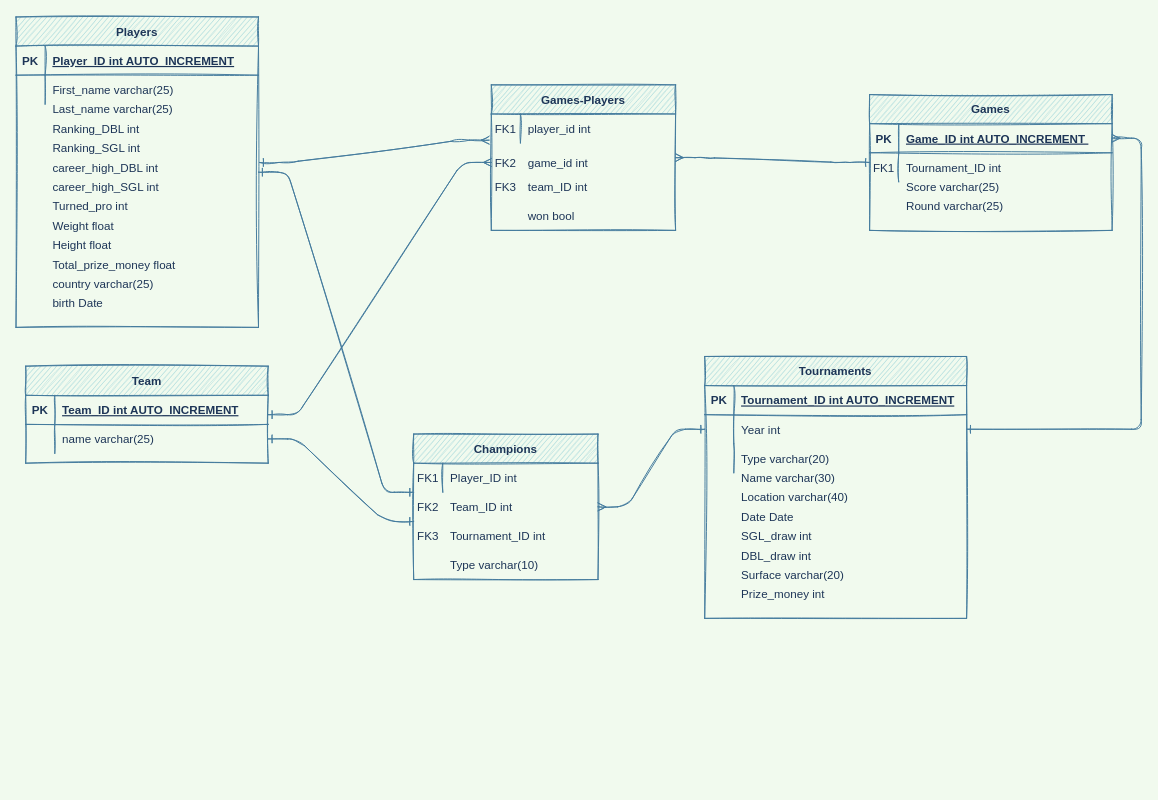
talbaram3192/web_scraping_project keeps this draw.io diagram as erd.drawio. Above is the earlier version. Source tidied: cells renumbered, new cells numbered last; positions are measured from the earlier drawing's top-left corner, leaving out a move shared by most shapes. Both pictures are drawn from the tidied source at 97%, with x=0, y=0 at pixel (16, 16).
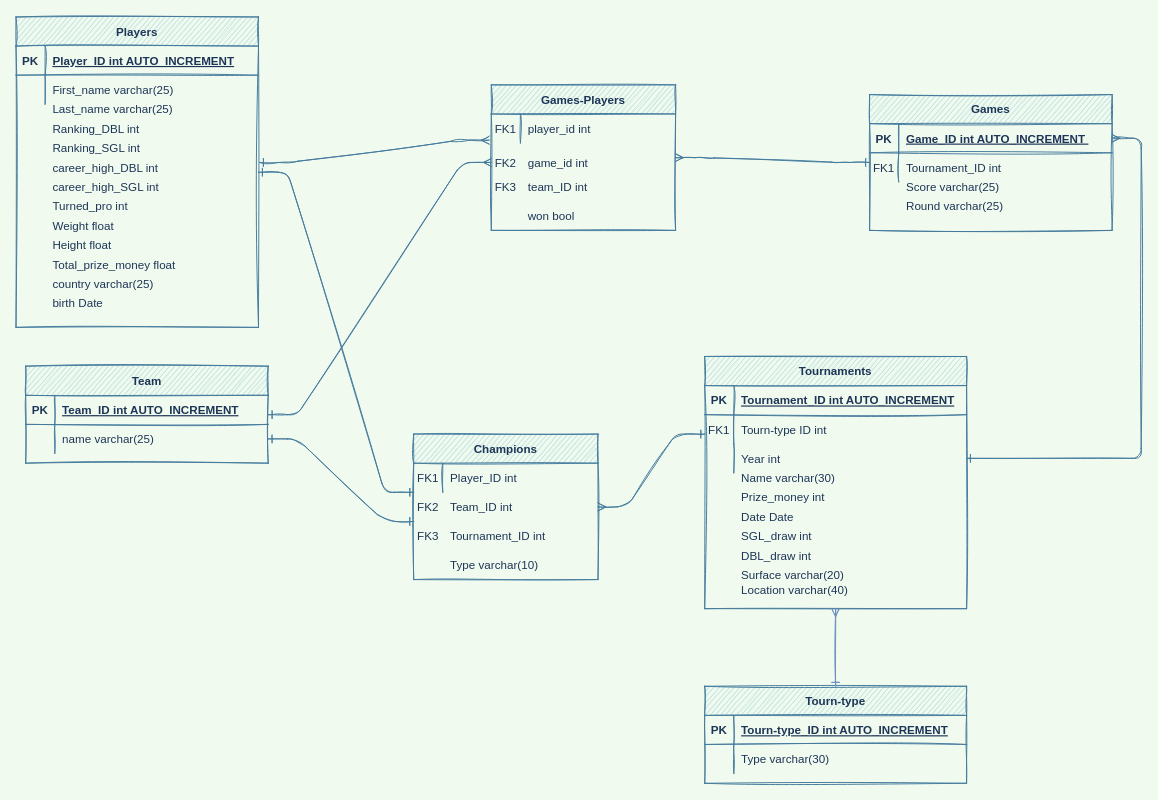
Above is the later version.

Unchanged cells that the change refers to:
```xml
<mxCell id="65" value="Champions" style="shape=table;startSize=30;childLayout=tableLayout;rowLines=0;fontStyle=1;align=center;sketch=1;fillColor=#A8DADC;strokeColor=#457B9D;fontColor=#1D3557;" parent="1" vertex="1">
  <mxGeometry x="410" y="430" width="190" height="150" as="geometry" />
</mxCell>
```

Change to the diagram source:
```diff
@@
     <mxCell id="10" value="Tournaments" style="shape=table;startSize=30;childLayout=tableLayout;rowLines=0;fontStyle=1;align=center;sketch=1;fillColor=#A8DADC;strokeColor=#457B9D;fontColor=#1D3557;" parent="1" vertex="1">
-      <mxGeometry x="710" y="350" width="270" height="270" as="geometry" />
+      <mxGeometry x="710" y="350" width="270" height="260" as="geometry" />
     </mxCell>
@@
+    <mxCell id="17" style="shape=partialRectangle;fillColor=none;top=0;left=0;right=0;bottom=0;sketch=1;strokeColor=#457B9D;fontColor=#1D3557;" parent="10" vertex="1">
+      <mxGeometry y="60" width="270" height="30" as="geometry" />
+    </mxCell>
+    <mxCell id="18" style="shape=partialRectangle;overflow=hidden;fillColor=none;top=0;left=0;bottom=0;right=0;sketch=1;strokeColor=#457B9D;fontColor=#1D3557;" parent="17" vertex="1">
+      <mxGeometry width="30" height="30" as="geometry" />
+    </mxCell>
+    <mxCell id="19" style="shape=partialRectangle;overflow=hidden;fillColor=none;top=0;left=0;bottom=0;right=0;align=left;spacingLeft=6;sketch=1;strokeColor=#457B9D;fontColor=#1D3557;" parent="17" vertex="1">
+      <mxGeometry x="30" width="240" height="30" as="geometry" />
+    </mxCell>
     <mxCell id="14" style="shape=partialRectangle;fillColor=none;points=[[0,0.5],[1,0.5]];portConstraint=eastwest;top=0;left=0;right=0;bottom=0;sketch=1;strokeColor=#457B9D;fontColor=#1D3557;" parent="10" vertex="1">
-      <mxGeometry y="60" width="270" height="30" as="geometry" />
+      <mxGeometry y="90" width="270" height="30" as="geometry" />
     </mxCell>
@@
-    <mxCell id="17" style="shape=partialRectangle;fillColor=none;top=0;left=0;right=0;bottom=0;sketch=1;strokeColor=#457B9D;fontColor=#1D3557;" parent="10" vertex="1">
-      <mxGeometry y="90" width="270" height="30" as="geometry" />
-    </mxCell>
-    <mxCell id="18" style="shape=partialRectangle;overflow=hidden;fillColor=none;top=0;left=0;bottom=0;right=0;sketch=1;strokeColor=#457B9D;fontColor=#1D3557;" parent="17" vertex="1">
-      <mxGeometry width="30" height="30" as="geometry" />
-    </mxCell>
-    <mxCell id="19" value="Type varchar(20)" style="shape=partialRectangle;overflow=hidden;fillColor=none;top=0;left=0;bottom=0;right=0;align=left;spacingLeft=6;sketch=1;strokeColor=#457B9D;fontColor=#1D3557;" parent="17" vertex="1">
-      <mxGeometry x="30" width="240" height="30" as="geometry" />
-    </mxCell>
@@
     <mxCell id="53" style="shape=partialRectangle;fillColor=none;top=0;left=0;right=0;bottom=0;sketch=1;strokeColor=#457B9D;fontColor=#1D3557;" parent="1" vertex="1">
-      <mxGeometry x="710" y="480" width="270" height="30" as="geometry" />
+      <mxGeometry x="710" y="575" width="270" height="30" as="geometry" />
     </mxCell>
@@
     <mxCell id="64" value="Prize_money int" style="shape=partialRectangle;overflow=hidden;fillColor=none;top=0;left=0;bottom=0;right=0;align=left;spacingLeft=6;sketch=1;strokeColor=#457B9D;fontColor=#1D3557;" parent="1" vertex="1">
-      <mxGeometry x="740" y="580" width="240" height="30" as="geometry" />
+      <mxGeometry x="740" y="480" width="240" height="30" as="geometry" />
     </mxCell>
@@
-    <mxCell id="72" style="edgeStyle=entityRelationEdgeStyle;endArrow=ERone;startArrow=ERmany;endFill=0;startFill=0;sketch=1;strokeWidth=1;labelBackgroundColor=#F1FAEE;strokeColor=#457B9D;fontColor=#1D3557;entryX=0;entryY=0.5;entryDx=0;entryDy=0;exitX=1;exitY=0.5;exitDx=0;exitDy=0;" parent="1" edge="1" source="65" target="14">
-      <mxGeometry relative="1" as="geometry" />
+    <mxCell id="72" style="edgeStyle=entityRelationEdgeStyle;endArrow=ERone;startArrow=ERmany;endFill=0;startFill=0;sketch=1;strokeWidth=1;labelBackgroundColor=#F1FAEE;strokeColor=#457B9D;fontColor=#1D3557;exitX=1;exitY=0.5;exitDx=0;exitDy=0;" parent="1" edge="1" source="65">
+      <mxGeometry relative="1" as="geometry">
+        <mxPoint x="710" y="430" as="targetPoint" />
+      </mxGeometry>
     </mxCell>
@@
+    <mxCell id="92" value="Tourn-type" style="shape=table;startSize=30;childLayout=tableLayout;rowLines=0;fontStyle=1;align=center;sketch=1;fillColor=#A8DADC;strokeColor=#457B9D;fontColor=#1D3557;" parent="1" vertex="1">
+      <mxGeometry x="710" y="690" width="270" height="100" as="geometry" />
+    </mxCell>
+    <mxCell id="93" style="shape=partialRectangle;fillColor=none;top=0;left=0;right=0;bottom=1;sketch=1;strokeColor=#457B9D;fontColor=#1D3557;" parent="92" vertex="1">
+      <mxGeometry y="30" width="270" height="30" as="geometry" />
+    </mxCell>
+    <mxCell id="94" value="PK" style="shape=partialRectangle;overflow=hidden;fillColor=none;top=0;left=0;bottom=0;right=0;fontStyle=1;sketch=1;strokeColor=#457B9D;fontColor=#1D3557;" parent="93" vertex="1">
+      <mxGeometry width="30" height="30" as="geometry" />
+    </mxCell>
+    <mxCell id="95" value="Tourn-type_ID int AUTO_INCREMENT" style="shape=partialRectangle;overflow=hidden;fillColor=none;top=0;left=0;bottom=0;right=0;align=left;spacingLeft=6;fontStyle=5;sketch=1;strokeColor=#457B9D;fontColor=#1D3557;" parent="93" vertex="1">
+      <mxGeometry x="30" width="240" height="30" as="geometry" />
+    </mxCell>
+    <mxCell id="96" style="shape=partialRectangle;fillColor=none;top=0;left=0;right=0;bottom=0;sketch=1;strokeColor=#457B9D;fontColor=#1D3557;" parent="92" vertex="1">
+      <mxGeometry y="60" width="270" height="30" as="geometry" />
+    </mxCell>
+    <mxCell id="97" style="shape=partialRectangle;overflow=hidden;fillColor=none;top=0;left=0;bottom=0;right=0;sketch=1;strokeColor=#457B9D;fontColor=#1D3557;" parent="96" vertex="1">
+      <mxGeometry width="30" height="30" as="geometry" />
+    </mxCell>
+    <mxCell id="98" style="shape=partialRectangle;overflow=hidden;fillColor=none;top=0;left=0;bottom=0;right=0;align=left;spacingLeft=6;sketch=1;strokeColor=#457B9D;fontColor=#1D3557;" parent="96" vertex="1">
+      <mxGeometry x="30" width="240" height="30" as="geometry" />
+    </mxCell>
+    <mxCell id="99" style="shape=partialRectangle;fillColor=none;top=0;left=0;right=0;bottom=0;sketch=1;strokeColor=#457B9D;fontColor=#1D3557;" parent="1" vertex="1">
+      <mxGeometry x="710" y="750" width="270" height="30" as="geometry" />
+    </mxCell>
+    <mxCell id="100" style="shape=partialRectangle;overflow=hidden;fillColor=none;top=0;left=0;bottom=0;right=0;sketch=1;strokeColor=#457B9D;fontColor=#1D3557;" parent="99" vertex="1">
+      <mxGeometry width="30" height="30" as="geometry" />
+    </mxCell>
+    <mxCell id="101" value="Type varchar(30)" style="shape=partialRectangle;overflow=hidden;fillColor=none;top=0;left=0;bottom=0;right=0;align=left;spacingLeft=6;sketch=1;strokeColor=#457B9D;fontColor=#1D3557;" parent="99" vertex="1">
+      <mxGeometry x="30" width="240" height="30" as="geometry" />
+    </mxCell>
+    <mxCell id="102" style="endArrow=ERmany;html=1;exitX=0.5;exitY=0;exitDx=0;exitDy=0;startArrow=ERone;startFill=0;endFill=0;sketch=1;strokeColor=#6c8ebf;fillColor=#dae8fc;" parent="1" edge="1" source="92">
+      <mxGeometry relative="1" as="geometry">
+        <mxPoint x="845" y="610" as="targetPoint" />
+      </mxGeometry>
+    </mxCell>
+    <mxCell id="103" style="shape=partialRectangle;fillColor=none;top=0;left=0;right=0;bottom=0;sketch=1;strokeColor=#457B9D;fontColor=#1D3557;" parent="1" vertex="1">
+      <mxGeometry x="700" y="410" width="270" height="30" as="geometry" />
+    </mxCell>
+    <mxCell id="104" style="shape=partialRectangle;overflow=hidden;fillColor=none;top=0;left=0;bottom=0;right=0;sketch=1;strokeColor=#457B9D;fontColor=#1D3557;" parent="103" vertex="1">
+      <mxGeometry width="30" height="30" as="geometry" />
+    </mxCell>
+    <mxCell id="105" value="Tourn-type ID int" style="shape=partialRectangle;overflow=hidden;fillColor=none;top=0;left=0;bottom=0;right=0;align=left;spacingLeft=6;sketch=1;strokeColor=#457B9D;fontColor=#1D3557;" parent="103" vertex="1">
+      <mxGeometry x="40" width="240" height="30" as="geometry" />
+    </mxCell>
+    <mxCell id="106" value="FK1" style="shape=partialRectangle;overflow=hidden;fillColor=none;top=0;left=0;bottom=0;right=0;sketch=1;strokeColor=#457B9D;fontColor=#1D3557;" parent="1" vertex="1">
+      <mxGeometry x="710" y="410" width="30" height="30" as="geometry" />
+    </mxCell>
```
